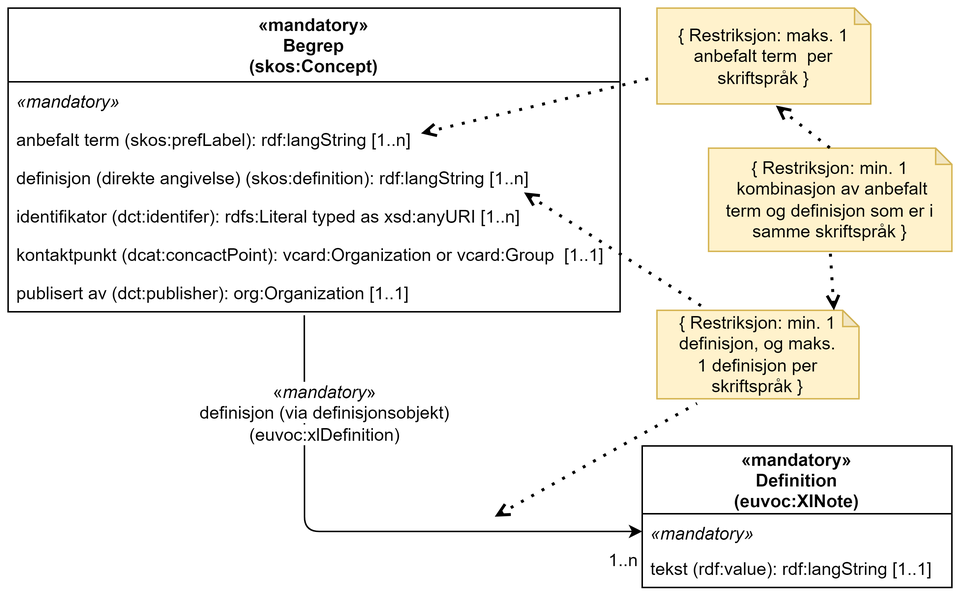
This is docs/images/SKOS-AP-NO-Begrep-kun-obligatoriske.png from Informasjonsforvaltning/skos-ap-no-begrep, a draw.io export, as it was before one commit. Source tidied: cells renumbered, new cells last; positions are measured from the earlier drawing's top-left corner, leaving out a move shared by most shapes. Its diagram source:
```xml
<mxGraphModel>
  <root>
    <mxCell id="0" />
    <mxCell id="1" parent="0" />
    <mxCell id="2" value="«mandatory»&#10;Begrep&#10;(skos:Concept)" style="swimlane;fontStyle=1;horizontal=1;startSize=50;fillColor=none;" parent="1" vertex="1">
      <mxGeometry width="415" height="206" as="geometry" />
    </mxCell>
    <mxCell id="3" value="«mandatory»" style="text;strokeColor=none;fillColor=none;align=left;verticalAlign=top;spacingLeft=4;spacingRight=4;overflow=hidden;fontStyle=2;" parent="2" vertex="1">
      <mxGeometry y="50" width="415" height="26" as="geometry" />
    </mxCell>
    <mxCell id="4" value="anbefalt term (skos:prefLabel): rdf:langString [1..n]" style="text;strokeColor=none;fillColor=none;align=left;verticalAlign=top;spacingLeft=4;spacingRight=4;overflow=hidden;labelBackgroundColor=none;" parent="2" vertex="1">
      <mxGeometry y="76" width="415" height="26" as="geometry" />
    </mxCell>
    <mxCell id="5" value="definisjon (direkte angivelse) (skos:definition): rdf:langString [1..n]" style="text;strokeColor=none;fillColor=none;align=left;verticalAlign=top;spacingLeft=4;spacingRight=4;overflow=hidden;points=[[0,0.5],[1,0.5]];portConstraint=eastwest;labelBackgroundColor=none;" parent="2" vertex="1">
      <mxGeometry y="102" width="415" height="26" as="geometry" />
    </mxCell>
    <mxCell id="6" value="identifikator (dct:identifer): rdfs:Literal typed as xsd:anyURI [1..n]" style="text;strokeColor=none;fillColor=none;align=left;verticalAlign=top;spacingLeft=4;spacingRight=4;overflow=hidden;" parent="2" vertex="1">
      <mxGeometry y="128" width="415" height="26" as="geometry" />
    </mxCell>
    <mxCell id="7" value="kontaktpunkt (dcat:concactPoint): vcard:Organization or vcard:Group  [1..1]" style="text;strokeColor=none;fillColor=none;align=left;verticalAlign=top;spacingLeft=4;spacingRight=4;overflow=hidden;" parent="2" vertex="1">
      <mxGeometry y="154" width="415" height="26" as="geometry" />
    </mxCell>
    <mxCell id="8" value="publisert av (dct:publisher): org:Organization [1..1]" style="text;strokeColor=none;fillColor=none;align=left;verticalAlign=top;spacingLeft=4;spacingRight=4;overflow=hidden;points=[[0,0.5],[1,0.5]];portConstraint=eastwest;" parent="2" vertex="1">
      <mxGeometry y="180" width="415" height="26" as="geometry" />
    </mxCell>
    <mxCell id="9" value="«mandatory»&#10;Definition&#10;(euvoc:XINote)" style="swimlane;fontStyle=1;horizontal=1;startSize=46;fillColor=none;labelBackgroundColor=none;" parent="1" vertex="1">
      <mxGeometry x="430" y="297" width="210" height="96" as="geometry" />
    </mxCell>
    <mxCell id="10" value="«mandatory»" style="text;strokeColor=none;fillColor=none;align=left;verticalAlign=top;spacingLeft=4;spacingRight=4;overflow=hidden;points=[[0,0.5],[1,0.5]];portConstraint=eastwest;fontStyle=2;" parent="9" vertex="1">
      <mxGeometry y="46" width="210" height="24" as="geometry" />
    </mxCell>
    <mxCell id="11" value="tekst (rdf:value): rdf:langString [1..1]" style="text;strokeColor=none;fillColor=none;align=left;verticalAlign=top;spacingLeft=4;spacingRight=4;overflow=hidden;" parent="9" vertex="1">
      <mxGeometry y="70" width="210" height="26" as="geometry" />
    </mxCell>
    <mxCell id="12" style="endArrow=classic;endFill=1;endSize=6;html=1;entryX=0;entryY=0.5;entryDx=0;entryDy=0;exitX=0.484;exitY=1.09;exitDx=0;exitDy=0;exitPerimeter=0;" parent="1" edge="1" source="8" target="10">
      <mxGeometry relative="1" as="geometry">
        <Array as="points">
          <mxPoint x="201" y="355" />
        </Array>
      </mxGeometry>
    </mxCell>
    <mxCell id="13" value="&lt;span style=&quot;background-color: rgb(255 , 255 , 255)&quot;&gt;«&lt;span&gt;&lt;i&gt;mandatory&lt;/i&gt;&lt;/span&gt;»&lt;br&gt;definisjon (via definisjonsobjekt)&lt;br&gt;(euvoc:xlDefinition)&lt;/span&gt;" style="text;html=1;strokeColor=none;fillColor=none;align=center;verticalAlign=middle;whiteSpace=wrap;rounded=0;labelBackgroundColor=none;fontStyle=0;" parent="1" vertex="1">
      <mxGeometry x="120" y="245" width="190" height="60" as="geometry" />
    </mxCell>
    <mxCell id="14" value="1..n" style="text;html=1;strokeColor=none;fillColor=none;align=center;verticalAlign=middle;whiteSpace=wrap;rounded=0;" parent="1" vertex="1">
      <mxGeometry x="405" y="365" width="25" height="20" as="geometry" />
    </mxCell>
    <mxCell id="15" value="{ Restriksjon: min. 1 definisjon, og maks. 1&amp;nbsp;definisjon per skriftspråk }" style="shape=note;whiteSpace=wrap;html=1;backgroundOutline=1;darkOpacity=0.05;size=11;spacingTop=2;spacingBottom=2;spacingLeft=2;spacingRight=2;fillColor=#fff2cc;strokeColor=#d6b656;" parent="1" vertex="1">
      <mxGeometry x="440" y="205" width="137" height="60" as="geometry" />
    </mxCell>
    <mxCell id="16" style="endArrow=none;dashed=1;html=1;dashPattern=1 3;strokeWidth=2;rounded=0;entryX=0.198;entryY=1.053;entryDx=0;entryDy=0;entryPerimeter=0;startArrow=open;startFill=0;" parent="1" edge="1" target="15">
      <mxGeometry relative="1" as="geometry">
        <mxPoint x="330" y="345" as="sourcePoint" />
      </mxGeometry>
    </mxCell>
    <mxCell id="17" value="{ Restriksjon: maks. 1 anbefalt term&amp;nbsp; per skriftspråk&amp;nbsp;}" style="shape=note;whiteSpace=wrap;html=1;backgroundOutline=1;darkOpacity=0.05;size=11;spacingTop=2;spacingBottom=2;spacingLeft=2;spacingRight=2;fillColor=#fff2cc;strokeColor=#d6b656;" parent="1" vertex="1">
      <mxGeometry x="440" width="145" height="65" as="geometry" />
    </mxCell>
    <mxCell id="18" value="{ Restriksjon: min. 1&lt;br&gt;&amp;nbsp;kombinasjon av anbefalt term og definisjon som er i samme skriftspråk&amp;nbsp;}" style="shape=note;whiteSpace=wrap;html=1;backgroundOutline=1;darkOpacity=0.05;size=11;spacingLeft=2;spacingBottom=2;spacingRight=2;spacingTop=2;fillColor=#fff2cc;strokeColor=#d6b656;" parent="1" vertex="1">
      <mxGeometry x="475" y="95" width="165" height="70" as="geometry" />
    </mxCell>
    <mxCell id="19" style="endArrow=none;dashed=1;html=1;dashPattern=1 3;strokeWidth=2;rounded=0;entryX=0.5;entryY=1;entryDx=0;entryDy=0;entryPerimeter=0;exitX=0.876;exitY=0;exitDx=0;exitDy=0;exitPerimeter=0;startArrow=open;startFill=0;" parent="1" edge="1" source="15" target="18">
      <mxGeometry relative="1" as="geometry" />
    </mxCell>
    <mxCell id="20" style="endArrow=none;dashed=1;html=1;dashPattern=1 3;strokeWidth=2;rounded=0;entryX=0.5;entryY=0;entryDx=0;entryDy=0;entryPerimeter=0;startArrow=open;startFill=0;exitX=0.556;exitY=1.017;exitDx=0;exitDy=0;exitPerimeter=0;" parent="1" edge="1" source="17" target="18">
      <mxGeometry relative="1" as="geometry" />
    </mxCell>
    <mxCell id="21" style="endArrow=none;dashed=1;html=1;dashPattern=1 3;strokeWidth=2;rounded=0;fontColor=#FF0000;entryX=-0.013;entryY=0.723;entryDx=0;entryDy=0;entryPerimeter=0;startArrow=open;startFill=0;" parent="1" edge="1" target="17">
      <mxGeometry relative="1" as="geometry">
        <mxPoint x="280" y="85" as="sourcePoint" />
      </mxGeometry>
    </mxCell>
    <mxCell id="22" style="endArrow=none;dashed=1;html=1;dashPattern=1 3;strokeWidth=2;rounded=0;entryX=0.25;entryY=-0.005;entryDx=0;entryDy=0;entryPerimeter=0;exitX=0.843;exitY=0.885;exitDx=0;exitDy=0;exitPerimeter=0;startArrow=open;startFill=0;" parent="1" edge="1" source="5" target="15">
      <mxGeometry relative="1" as="geometry" />
    </mxCell>
  </root>
</mxGraphModel>
```
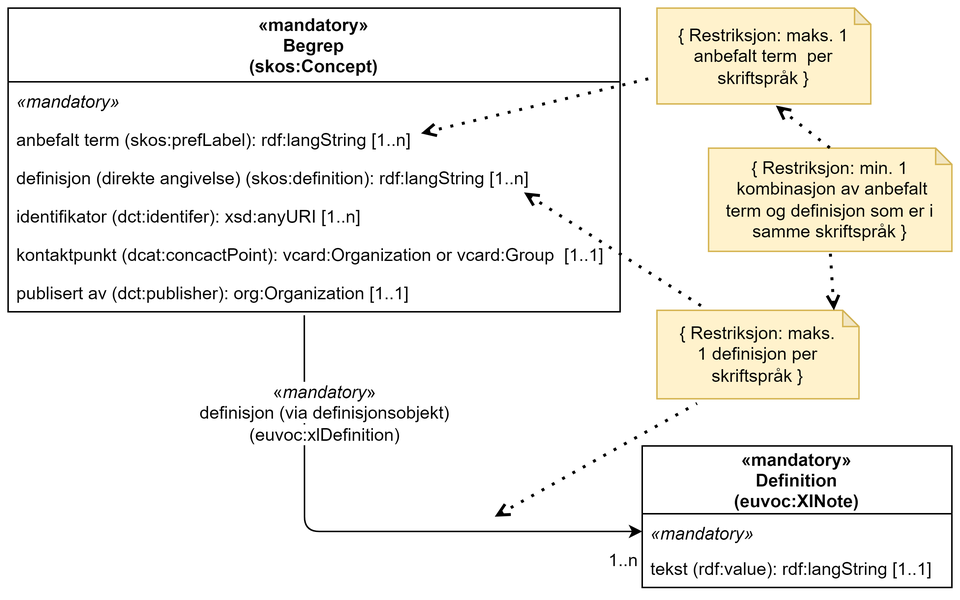
After the change.

Diff of the diagram source:
```diff
@@ -14,7 +14,7 @@
     <mxCell id="5" value="definisjon (direkte angivelse) (skos:definition): rdf:langString [1..n]" style="text;strokeColor=none;fillColor=none;align=left;verticalAlign=top;spacingLeft=4;spacingRight=4;overflow=hidden;points=[[0,0.5],[1,0.5]];portConstraint=eastwest;labelBackgroundColor=none;" parent="2" vertex="1">
       <mxGeometry y="102" width="415" height="26" as="geometry" />
     </mxCell>
-    <mxCell id="6" value="identifikator (dct:identifer): rdfs:Literal typed as xsd:anyURI [1..n]" style="text;strokeColor=none;fillColor=none;align=left;verticalAlign=top;spacingLeft=4;spacingRight=4;overflow=hidden;" parent="2" vertex="1">
+    <mxCell id="6" value="identifikator (dct:identifer): xsd:anyURI [1..n]" style="text;strokeColor=none;fillColor=none;align=left;verticalAlign=top;spacingLeft=4;spacingRight=4;overflow=hidden;" parent="2" vertex="1">
       <mxGeometry y="128" width="415" height="26" as="geometry" />
     </mxCell>
     <mxCell id="7" value="kontaktpunkt (dcat:concactPoint): vcard:Organization or vcard:Group  [1..1]" style="text;strokeColor=none;fillColor=none;align=left;verticalAlign=top;spacingLeft=4;spacingRight=4;overflow=hidden;" parent="2" vertex="1">
@@ -45,7 +45,7 @@
     <mxCell id="14" value="1..n" style="text;html=1;strokeColor=none;fillColor=none;align=center;verticalAlign=middle;whiteSpace=wrap;rounded=0;" parent="1" vertex="1">
       <mxGeometry x="405" y="365" width="25" height="20" as="geometry" />
     </mxCell>
-    <mxCell id="15" value="{ Restriksjon: min. 1 definisjon, og maks. 1&amp;nbsp;definisjon per skriftspråk }" style="shape=note;whiteSpace=wrap;html=1;backgroundOutline=1;darkOpacity=0.05;size=11;spacingTop=2;spacingBottom=2;spacingLeft=2;spacingRight=2;fillColor=#fff2cc;strokeColor=#d6b656;" parent="1" vertex="1">
+    <mxCell id="15" value="{ Restriksjon: maks. 1&amp;nbsp;definisjon per skriftspråk }" style="shape=note;whiteSpace=wrap;html=1;backgroundOutline=1;darkOpacity=0.05;size=11;spacingTop=2;spacingBottom=2;spacingLeft=2;spacingRight=2;fillColor=#fff2cc;strokeColor=#d6b656;" parent="1" vertex="1">
       <mxGeometry x="440" y="205" width="137" height="60" as="geometry" />
     </mxCell>
     <mxCell id="16" style="endArrow=none;dashed=1;html=1;dashPattern=1 3;strokeWidth=2;rounded=0;entryX=0.198;entryY=1.053;entryDx=0;entryDy=0;entryPerimeter=0;startArrow=open;startFill=0;" parent="1" edge="1" target="15">
```
